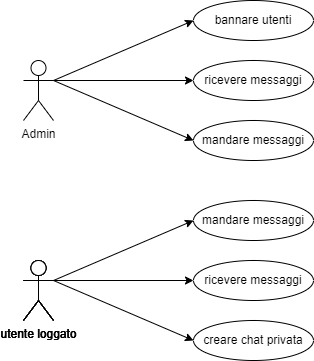
Before: public/Diagrammi/casi d'uso_UML_chat.drawio.png, a diagram exported from draw.io (teemoisaslave/Chat). Source tidied: cells renumbered, new cells last; positions are measured from the earlier drawing's top-left corner, leaving out a move shared by most shapes. Source of this version:
```xml
<mxGraphModel>
  <root>
    <mxCell id="0" />
    <mxCell id="1" parent="0" />
    <mxCell id="2" value="Admin" style="shape=umlActor;verticalLabelPosition=bottom;verticalAlign=top;html=1;outlineConnect=0;" parent="1" vertex="1">
      <mxGeometry y="60" width="30" height="60" as="geometry" />
    </mxCell>
    <mxCell id="3" value="utente loggato" style="shape=umlActor;verticalLabelPosition=bottom;verticalAlign=top;html=1;" parent="1" vertex="1">
      <mxGeometry y="260" width="30" height="60" as="geometry" />
    </mxCell>
    <mxCell id="4" style="endArrow=classic;html=1;rounded=0;exitX=1;exitY=0.3333333333333333;exitDx=0;exitDy=0;exitPerimeter=0;" parent="1" edge="1" source="2">
      <mxGeometry relative="1" as="geometry">
        <mxPoint x="170" y="20" as="targetPoint" />
      </mxGeometry>
    </mxCell>
    <mxCell id="5" style="endArrow=classic;html=1;rounded=0;exitX=1;exitY=0.3333333333333333;exitDx=0;exitDy=0;exitPerimeter=0;" parent="1" edge="1" source="2">
      <mxGeometry relative="1" as="geometry">
        <mxPoint x="170" y="80" as="targetPoint" />
      </mxGeometry>
    </mxCell>
    <mxCell id="6" value="bannare utenti" style="ellipse;whiteSpace=wrap;html=1;" parent="1" vertex="1">
      <mxGeometry x="170" width="120" height="40" as="geometry" />
    </mxCell>
    <mxCell id="7" value="ricevere messaggi" style="ellipse;whiteSpace=wrap;html=1;" parent="1" vertex="1">
      <mxGeometry x="170" y="60" width="120" height="40" as="geometry" />
    </mxCell>
    <mxCell id="8" style="endArrow=classic;html=1;rounded=0;" parent="1" edge="1">
      <mxGeometry relative="1" as="geometry">
        <mxPoint x="30" y="80" as="sourcePoint" />
        <mxPoint x="170" y="140" as="targetPoint" />
      </mxGeometry>
    </mxCell>
    <mxCell id="9" value="mandare messaggi" style="ellipse;whiteSpace=wrap;html=1;" parent="1" vertex="1">
      <mxGeometry x="170" y="120" width="120" height="40" as="geometry" />
    </mxCell>
    <mxCell id="10" style="endArrow=classic;html=1;rounded=0;exitX=1;exitY=0.3333333333333333;exitDx=0;exitDy=0;exitPerimeter=0;" parent="1" edge="1" source="11">
      <mxGeometry relative="1" as="geometry">
        <mxPoint x="170" y="340" as="targetPoint" />
      </mxGeometry>
    </mxCell>
    <mxCell id="11" value="utente loggato" style="shape=umlActor;verticalLabelPosition=bottom;verticalAlign=top;html=1;outlineConnect=0;" parent="1" vertex="1">
      <mxGeometry y="260" width="30" height="60" as="geometry" />
    </mxCell>
    <mxCell id="12" style="endArrow=classic;html=1;rounded=0;exitX=1;exitY=0.3333333333333333;exitDx=0;exitDy=0;exitPerimeter=0;" parent="1" edge="1" source="13">
      <mxGeometry relative="1" as="geometry">
        <mxPoint x="170" y="280" as="targetPoint" />
      </mxGeometry>
    </mxCell>
    <mxCell id="13" value="utente loggato" style="shape=umlActor;verticalLabelPosition=bottom;verticalAlign=top;html=1;outlineConnect=0;" parent="1" vertex="1">
      <mxGeometry y="260" width="30" height="60" as="geometry" />
    </mxCell>
    <mxCell id="14" value="utente loggato" style="shape=umlActor;verticalLabelPosition=bottom;verticalAlign=top;html=1;outlineConnect=0;" parent="1" vertex="1">
      <mxGeometry y="260" width="30" height="60" as="geometry" />
    </mxCell>
    <mxCell id="15" style="endArrow=classic;html=1;rounded=0;exitX=1;exitY=0.3333333333333333;exitDx=0;exitDy=0;exitPerimeter=0;" parent="1" edge="1" source="14">
      <mxGeometry relative="1" as="geometry">
        <mxPoint x="170" y="220" as="targetPoint" />
      </mxGeometry>
    </mxCell>
    <mxCell id="16" value="mandare messaggi" style="ellipse;whiteSpace=wrap;html=1;" parent="1" vertex="1">
      <mxGeometry x="170" y="200" width="120" height="40" as="geometry" />
    </mxCell>
    <mxCell id="17" value="ricevere messaggi" style="ellipse;whiteSpace=wrap;html=1;" parent="1" vertex="1">
      <mxGeometry x="170" y="260" width="120" height="40" as="geometry" />
    </mxCell>
    <mxCell id="18" value="creare chat privata" style="ellipse;whiteSpace=wrap;html=1;" parent="1" vertex="1">
      <mxGeometry x="170" y="320" width="120" height="40" as="geometry" />
    </mxCell>
  </root>
</mxGraphModel>
```
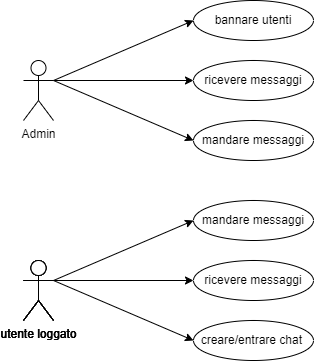
Later version of the same file.

The edit, as a diff of the source:
```diff
@@ -63,7 +63,7 @@
     <mxCell id="17" value="ricevere messaggi" style="ellipse;whiteSpace=wrap;html=1;" parent="1" vertex="1">
       <mxGeometry x="170" y="260" width="120" height="40" as="geometry" />
     </mxCell>
-    <mxCell id="18" value="creare chat privata" style="ellipse;whiteSpace=wrap;html=1;" parent="1" vertex="1">
+    <mxCell id="18" value="creare/entrare chat&amp;nbsp;" style="ellipse;whiteSpace=wrap;html=1;" parent="1" vertex="1">
       <mxGeometry x="170" y="320" width="120" height="40" as="geometry" />
     </mxCell>
   </root>
```
